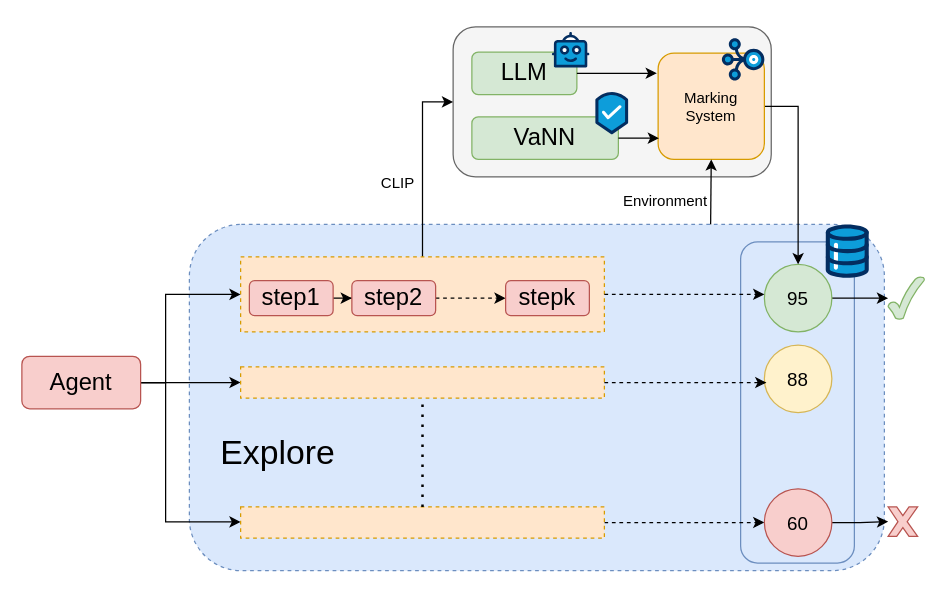
ZYNsama666/BackUp keeps this draw.io diagram as EE.drawio. Above is the earlier version. Source tidied: cells renumbered, new cells numbered last; positions are measured from the earlier drawing's top-left corner, leaving out a move shared by most shapes. Both pictures are drawn from the tidied source at 125%, with x=0, y=0 at pixel (21, 26).
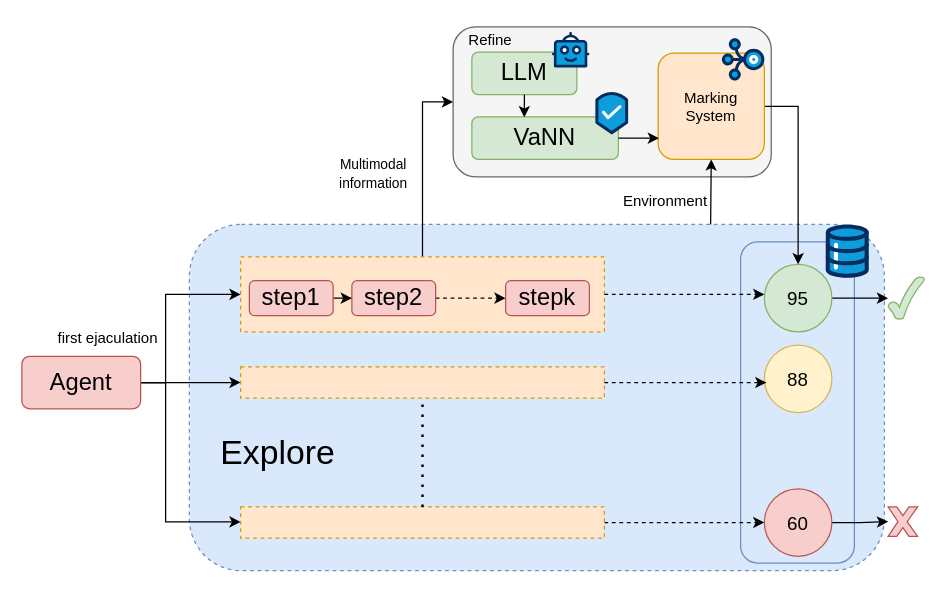
After the change.

The change refers to these unchanged cells:
```xml
<mxCell id="7" value="&lt;font style=&quot;font-size: 19px;&quot;&gt;LLM&lt;/font&gt;" style="rounded=1;whiteSpace=wrap;html=1;fillColor=#d5e8d4;strokeColor=#82b366;" parent="1" vertex="1">
  <mxGeometry x="360" y="20.2" width="84" height="34" as="geometry" />
</mxCell>
<mxCell id="32" value="&lt;span style=&quot;font-size: 19px;&quot;&gt;VaNN&lt;/span&gt;" style="rounded=1;whiteSpace=wrap;html=1;fillColor=#d5e8d4;strokeColor=#82b366;" parent="1" vertex="1">
  <mxGeometry x="360" y="72" width="117.2" height="34" as="geometry" />
</mxCell>
```

Change to the diagram source:
```diff
@@
-    <mxCell id="31" value="CLIP" style="text;html=1;align=center;verticalAlign=middle;whiteSpace=wrap;rounded=0;" parent="1" vertex="1">
-      <mxGeometry x="271" y="110" width="60" height="30" as="geometry" />
+    <mxCell id="31" value="&lt;span style=&quot;font-family: Poppins-Medium; text-align: start; background-color: rgb(255, 255, 255);&quot;&gt;&lt;font style=&quot;font-size: 11px;&quot;&gt;Multimodal information&lt;/font&gt;&lt;/span&gt;" style="text;html=1;align=center;verticalAlign=middle;whiteSpace=wrap;rounded=0;" parent="1" vertex="1">
+      <mxGeometry x="238" y="93" width="86.5" height="48" as="geometry" />
     </mxCell>
@@
-    <mxCell id="39" style="endArrow=classic;html=1;rounded=0;" parent="1" edge="1">
-      <mxGeometry relative="1" as="geometry">
-        <mxPoint x="444" y="37.1" as="sourcePoint" />
-        <mxPoint x="508" y="37.1" as="targetPoint" />
-      </mxGeometry>
+    <mxCell id="39" style="endArrow=classic;html=1;rounded=0;entryX=0.358;entryY=0.009;entryDx=0;entryDy=0;exitX=0.5;exitY=1;exitDx=0;exitDy=0;entryPerimeter=0;" parent="1" edge="1" source="7" target="32">
+      <mxGeometry relative="1" as="geometry" />
     </mxCell>
@@
+    <mxCell id="43" value="first ejaculation" style="text;html=1;align=center;verticalAlign=middle;whiteSpace=wrap;rounded=0;" parent="1" vertex="1">
+      <mxGeometry x="9" y="234.1" width="120" height="30" as="geometry" />
+    </mxCell>
+    <mxCell id="44" value="Refine" style="text;html=1;align=center;verticalAlign=middle;whiteSpace=wrap;rounded=0;" parent="1" vertex="1">
+      <mxGeometry x="345" y="-4" width="60" height="30" as="geometry" />
+    </mxCell>
```
